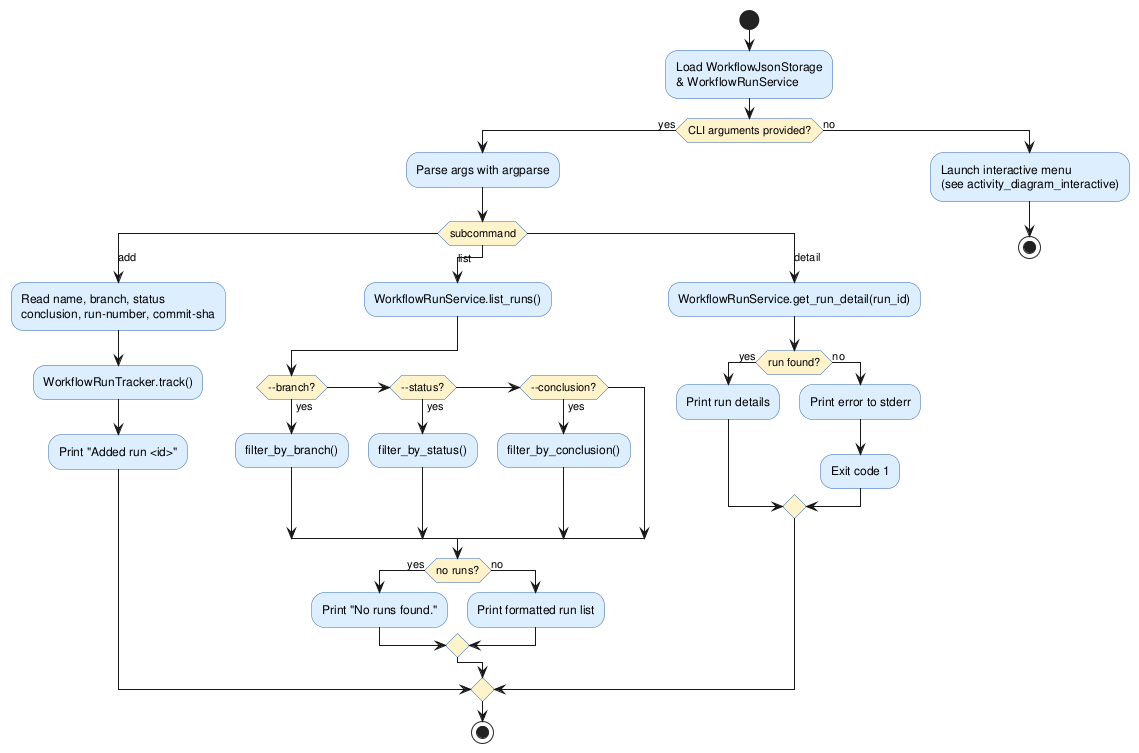
Above: experiments/pipeline/test_driven/github-workflow-manager/artifacts/activity_diagram_main.png in DanielRiha8906/Software_autoevolution_using_agents (PlantUML), before the change.
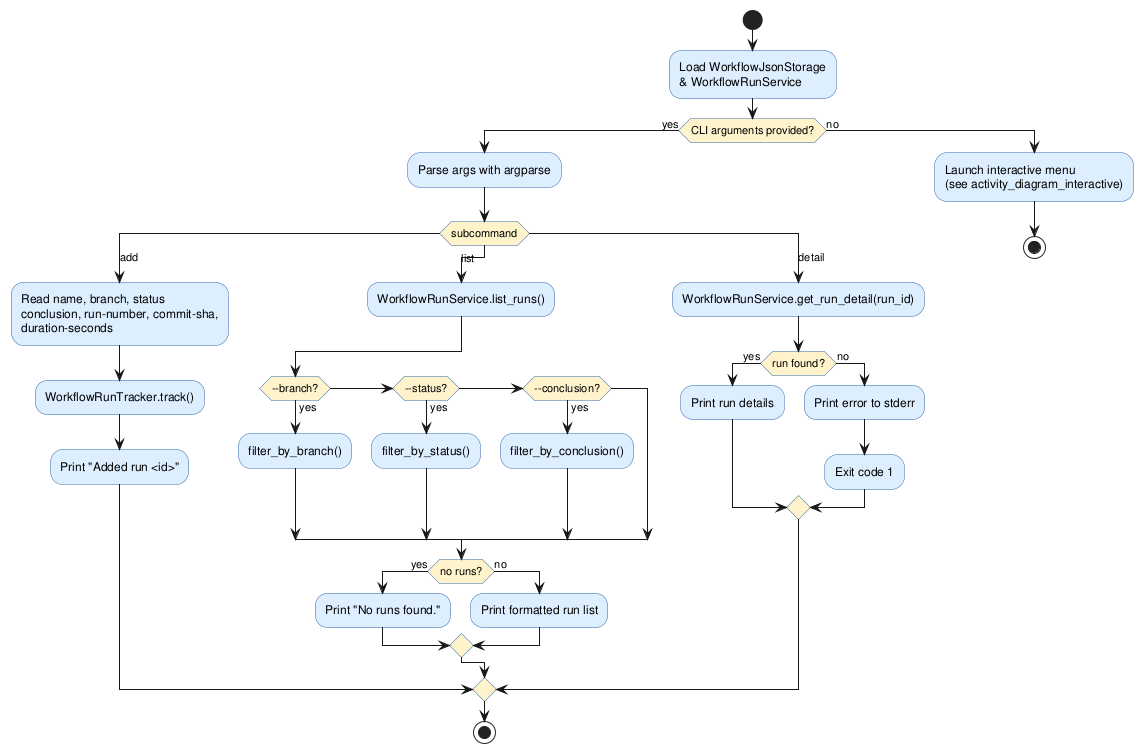
Later version of the same file.

The edit, as a diff of the source:
```diff
@@ -13,7 +13,7 @@
   switch (subcommand)
 
     case (add)
-      :Read name, branch, status\nconclusion, run-number, commit-sha;
+      :Read name, branch, status\nconclusion, run-number, commit-sha,\nduration-seconds;
       :WorkflowRunTracker.track();
       :Print "Added run <id>";
 
```
